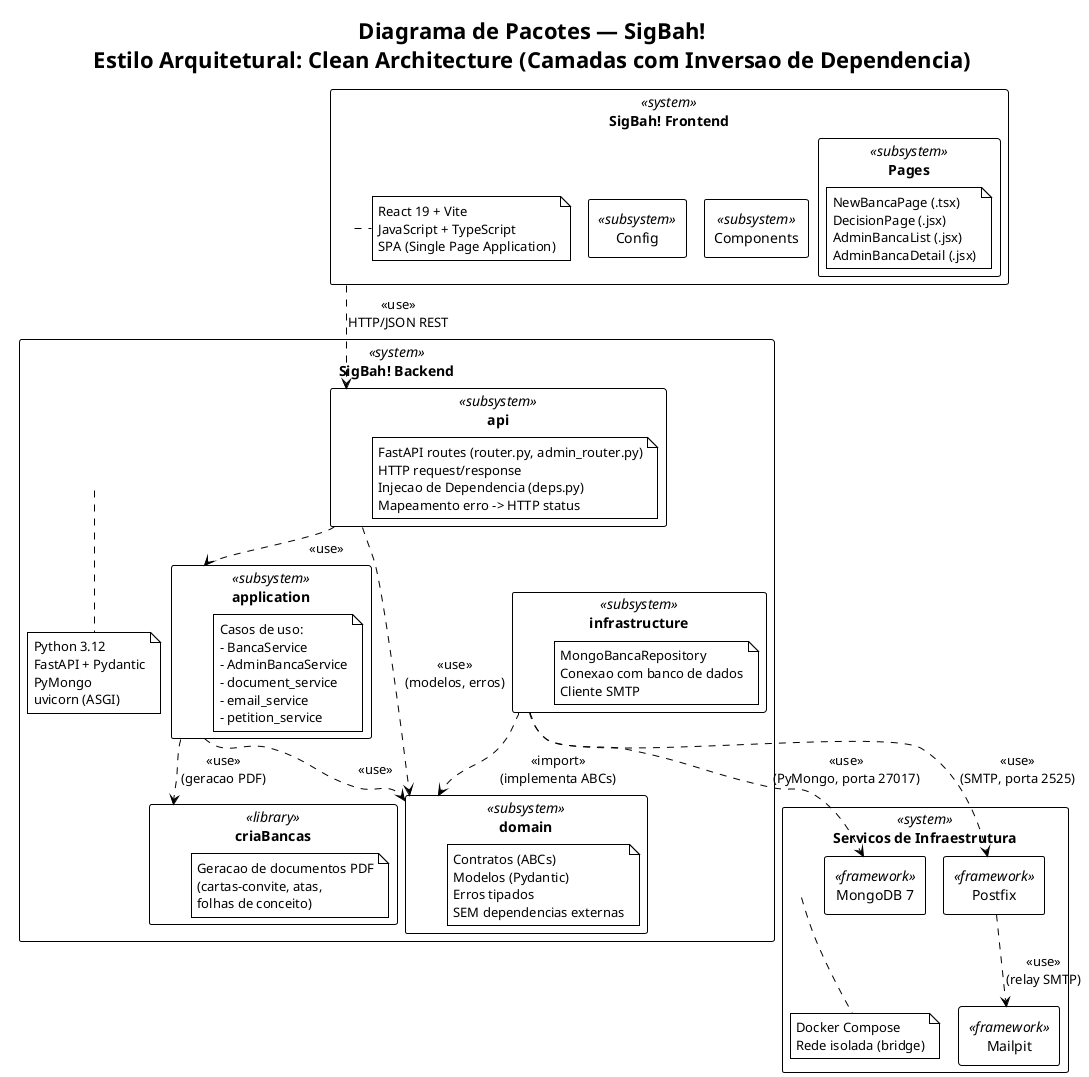
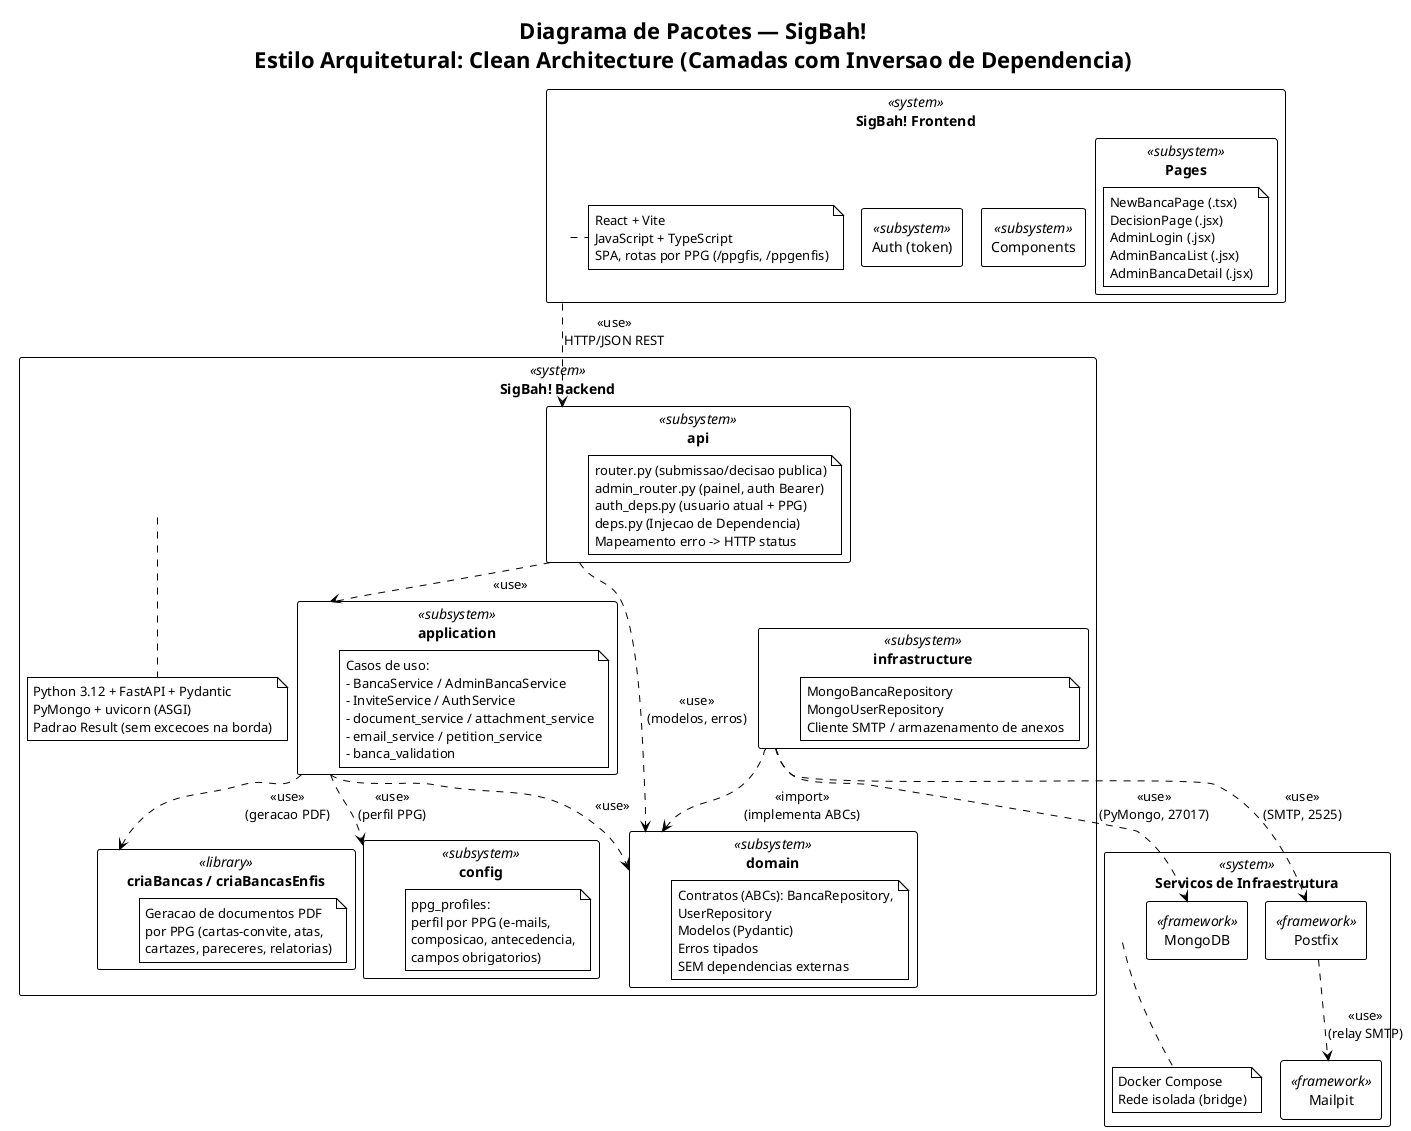
@startuml package-diagram
!pragma layout smetana
!theme plain
skinparam packageStyle rectangle
skinparam shadowing false
skinparam linetype ortho

title Diagrama de Pacotes — SigBah!\nEstilo Arquitetural: Clean Architecture (Camadas com Inversao de Dependencia)

' ============================================================
' TOP-LEVEL SYSTEM: FRONTEND
' ============================================================
package "SigBah! Frontend" <<system>> {
    package "Pages" <<subsystem>> {
        note as NP
            NewBancaPage (.tsx)
            DecisionPage (.jsx)
+             AdminLogin (.jsx)
            AdminBancaList (.jsx)
            AdminBancaDetail (.jsx)
        end note
    }
    package "Components" <<subsystem>> {
    }
-     package "Config" <<subsystem>> {
+     package "Auth (token)" <<subsystem>> {
    }
    note right of "SigBah! Frontend"
-         React 19 + Vite
+         React + Vite
        JavaScript + TypeScript
-         SPA (Single Page Application)
+         SPA, rotas por PPG (/ppgfis, /ppgenfis)
    end note
}

' ============================================================
' TOP-LEVEL SYSTEM: BACKEND
' ============================================================
package "SigBah! Backend" <<system>> {

    package "api" <<subsystem>> {
        note as N1
-             FastAPI routes (router.py, admin_router.py)
-             HTTP request/response
-             Injecao de Dependencia (deps.py)
+             router.py (submissao/decisao publica)
+             admin_router.py (painel, auth Bearer)
+             auth_deps.py (usuario atual + PPG)
+             deps.py (Injecao de Dependencia)
            Mapeamento erro -> HTTP status
        end note
    }

    package "application" <<subsystem>> {
        note as N2
            Casos de uso:
-             - BancaService
-             - AdminBancaService
-             - document_service
-             - email_service
-             - petition_service
+             - BancaService / AdminBancaService
+             - InviteService / AuthService
+             - document_service / attachment_service
+             - email_service / petition_service
+             - banca_validation
+         end note
+     }
+ 
+     package "config" <<subsystem>> {
+         note as NC
+             ppg_profiles:
+             perfil por PPG (e-mails,
+             composicao, antecedencia,
+             campos obrigatorios)
        end note
    }

    package "domain" <<subsystem>> {
        note as N3
-             Contratos (ABCs)
+             Contratos (ABCs): BancaRepository,
+             UserRepository
            Modelos (Pydantic)
            Erros tipados
            SEM dependencias externas
        end note
    }

    package "infrastructure" <<subsystem>> {
        note as N4
            MongoBancaRepository
-             Conexao com banco de dados
-             Cliente SMTP
+             MongoUserRepository
+             Cliente SMTP / armazenamento de anexos
        end note
    }

-     package "criaBancas" <<library>> {
+     package "criaBancas / criaBancasEnfis" <<library>> {
        note as N5
            Geracao de documentos PDF
-             (cartas-convite, atas,
-             folhas de conceito)
+             por PPG (cartas-convite, atas,
+             cartazes, pareceres, relatorias)
        end note
    }

    note bottom of "SigBah! Backend"
-         Python 3.12
-         FastAPI + Pydantic
-         PyMongo
-         uvicorn (ASGI)
+         Python 3.12 + FastAPI + Pydantic
+         PyMongo + uvicorn (ASGI)
+         Padrao Result (sem excecoes na borda)
    end note
}

' ============================================================
' TOP-LEVEL SYSTEM: INFRASTRUCTURE SERVICES
' ============================================================
package "Servicos de Infraestrutura" <<system>> {
-     package "MongoDB 7" <<framework>> {
+     package "MongoDB" <<framework>> {
    }
    package "Postfix" <<framework>> {
    }
    package "Mailpit" <<framework>> {
    }
    note bottom of "Servicos de Infraestrutura"
        Docker Compose
        Rede isolada (bridge)
    end note
}

' ============================================================
' DEPENDENCIAS
' ============================================================

- ' Frontend -> Backend (via HTTP)
"SigBah! Frontend" ..> "api" : <<use>>\nHTTP/JSON REST

- ' Camadas internas do Backend (deps apontam para dentro)
"api" ..> "application" : <<use>>
"api" ..> "domain" : <<use>>\n(modelos, erros)
"application" ..> "domain" : <<use>>
+ "application" ..> "config" : <<use>>\n(perfil PPG)
"infrastructure" ..> "domain" : <<import>>\n(implementa ABCs)

- ' Application usa biblioteca de PDF
- "application" ..> "criaBancas" : <<use>>\n(geracao PDF)
+ "application" ..> "criaBancas / criaBancasEnfis" : <<use>>\n(geracao PDF)

- ' Infrastructure -> Servicos externos
- "infrastructure" ..> "MongoDB 7" : <<use>>\n(PyMongo, porta 27017)
- "infrastructure" ..> "Postfix" : <<use>>\n(SMTP, porta 2525)
- 
- ' Postfix relay para Mailpit
+ "infrastructure" ..> "MongoDB" : <<use>>\n(PyMongo, 27017)
+ "infrastructure" ..> "Postfix" : <<use>>\n(SMTP, 2525)
"Postfix" ..> "Mailpit" : <<use>>\n(relay SMTP)

@enduml
